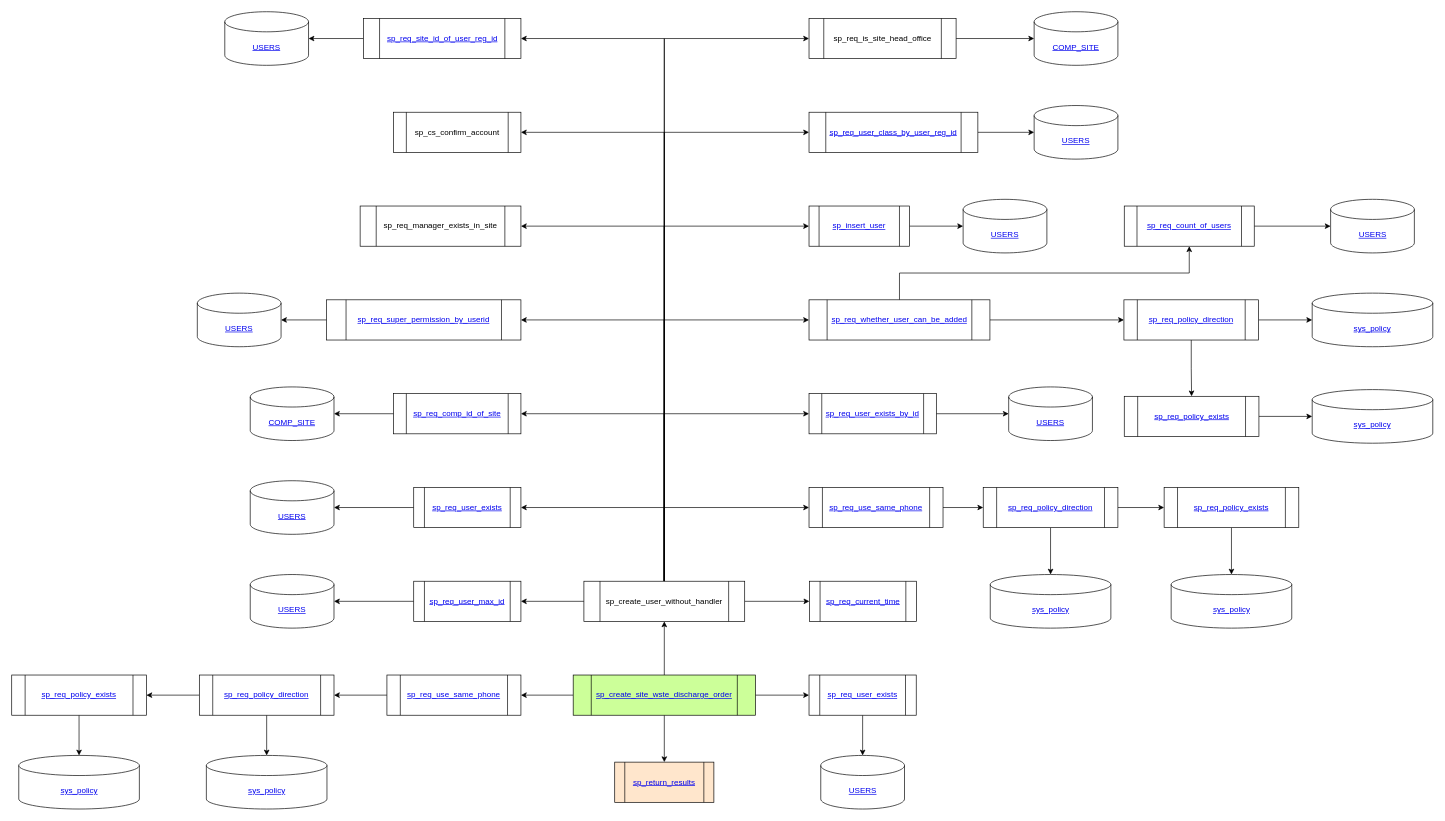
Before: sp_create_user.drawio in Leo-Nam/chium_draw, a draw.io diagram. Source tidied: cells renumbered, new cells numbered last; positions are measured from the earlier drawing's top-left corner, leaving out a move shared by most shapes. Both pictures are drawn from the tidied source at 67%, with x=0, y=0 at pixel (11, 11).
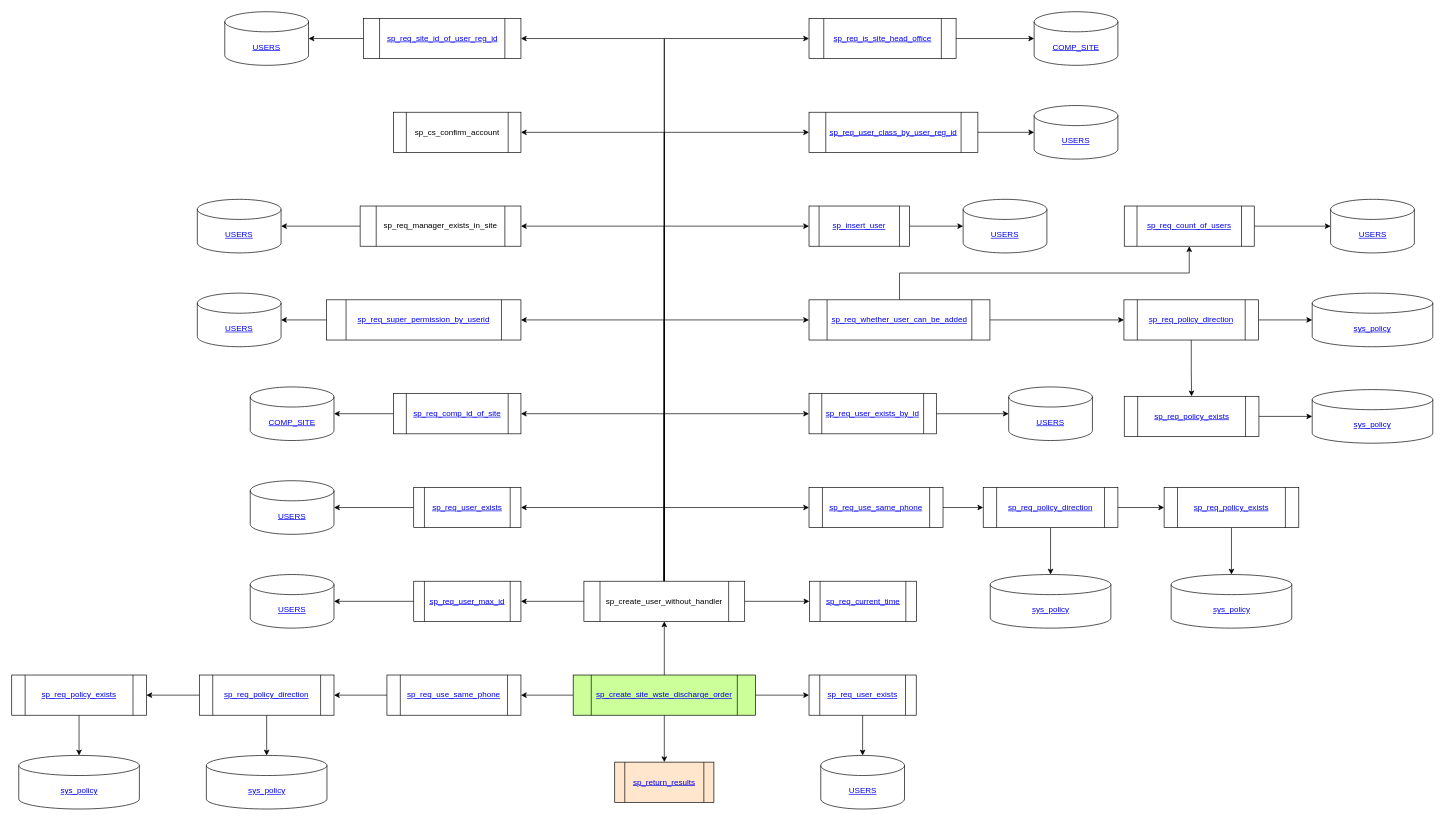
The same page after the edit.

Commit message (it also covers changes not shown here):
sp_insert_collector_wste_lists

The change refers to these unchanged cells:
```xml
<mxCell id="64" value="sp_req_manager_exists_in_site" style="shape=process;whiteSpace=wrap;html=1;backgroundOutline=1;rounded=0;" parent="1" vertex="1">
  <mxGeometry x="520" y="290" width="240" height="60" as="geometry" />
</mxCell>
```

What changed in the source:
```diff
@@
-    <mxCell id="63" value="sp_req_is_site_head_office" style="shape=process;whiteSpace=wrap;html=1;backgroundOutline=1;rounded=0;" parent="1" vertex="1">
+    <mxCell id="63" value="&lt;a href=&quot;https://github.com/Leo-Nam/chium_draw/blob/master/sp_req_is_site_head_office.drawio&quot;&gt;sp_req_is_site_head_office&lt;/a&gt;" style="shape=process;whiteSpace=wrap;html=1;backgroundOutline=1;rounded=0;" parent="1" vertex="1">
       <mxGeometry x="1190" y="10" width="219.5" height="60" as="geometry" />
     </mxCell>
+    <mxCell id="87" style="edgeStyle=orthogonalEdgeStyle;rounded=0;jettySize=auto;html=1;" parent="1" edge="1" source="64" target="88">
+      <mxGeometry relative="1" as="geometry" />
+    </mxCell>
@@
+    <mxCell id="88" value="&lt;a href=&quot;https://www.notion.so/USERS-20656cfbb07d4dedb33482dccb7d81cd&quot;&gt;USERS&lt;/a&gt;" style="shape=cylinder3;whiteSpace=wrap;html=1;boundedLbl=1;backgroundOutline=1;size=15;" parent="1" vertex="1">
+      <mxGeometry x="277" y="280" width="125" height="80" as="geometry" />
+    </mxCell>
```
